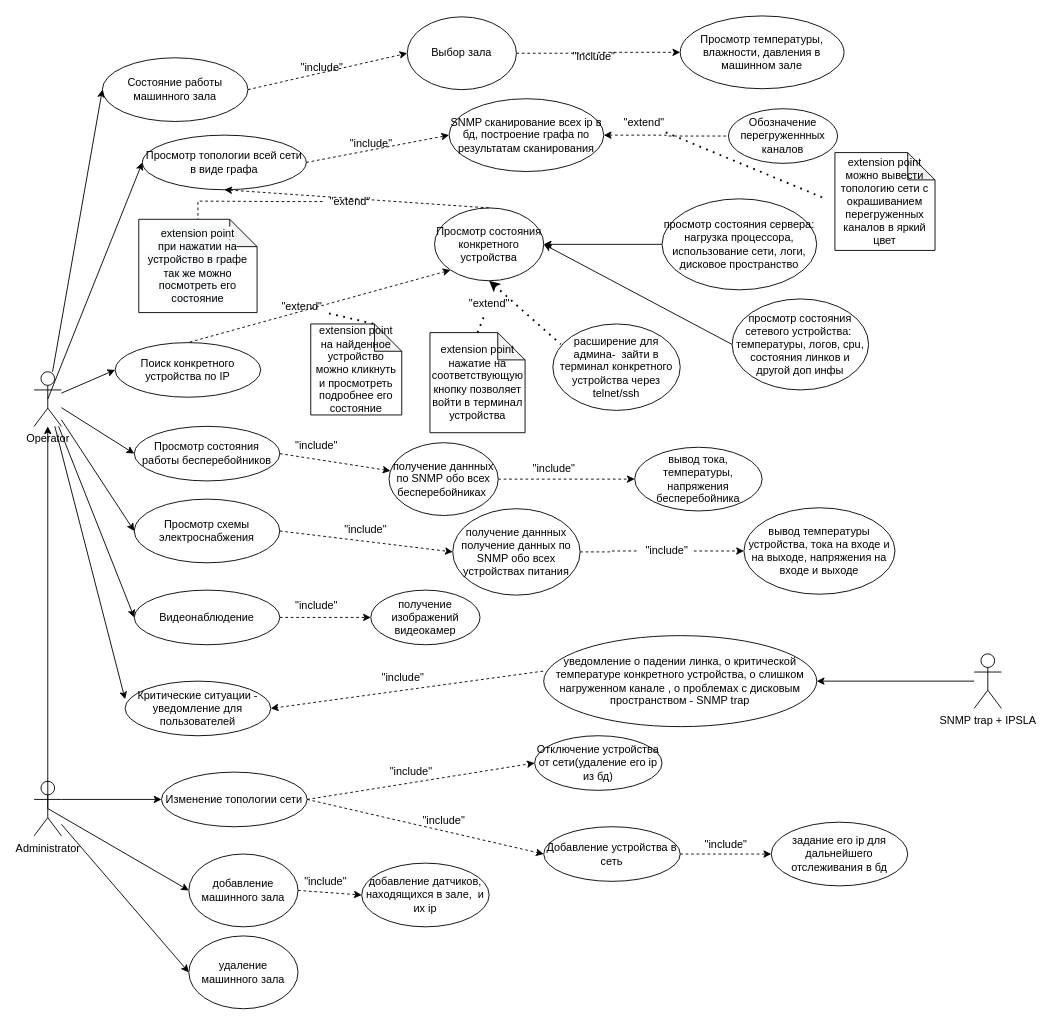
Earlier version of the draw.io diagram Untitled Diagram.drawio (sophiiako/unik). Source tidied: cells renumbered, new cells numbered last; positions are measured from the earlier drawing's top-left corner, leaving out a move shared by most shapes. Both pictures are drawn from the tidied source at 91%, with x=0, y=0 at pixel (34, 15).
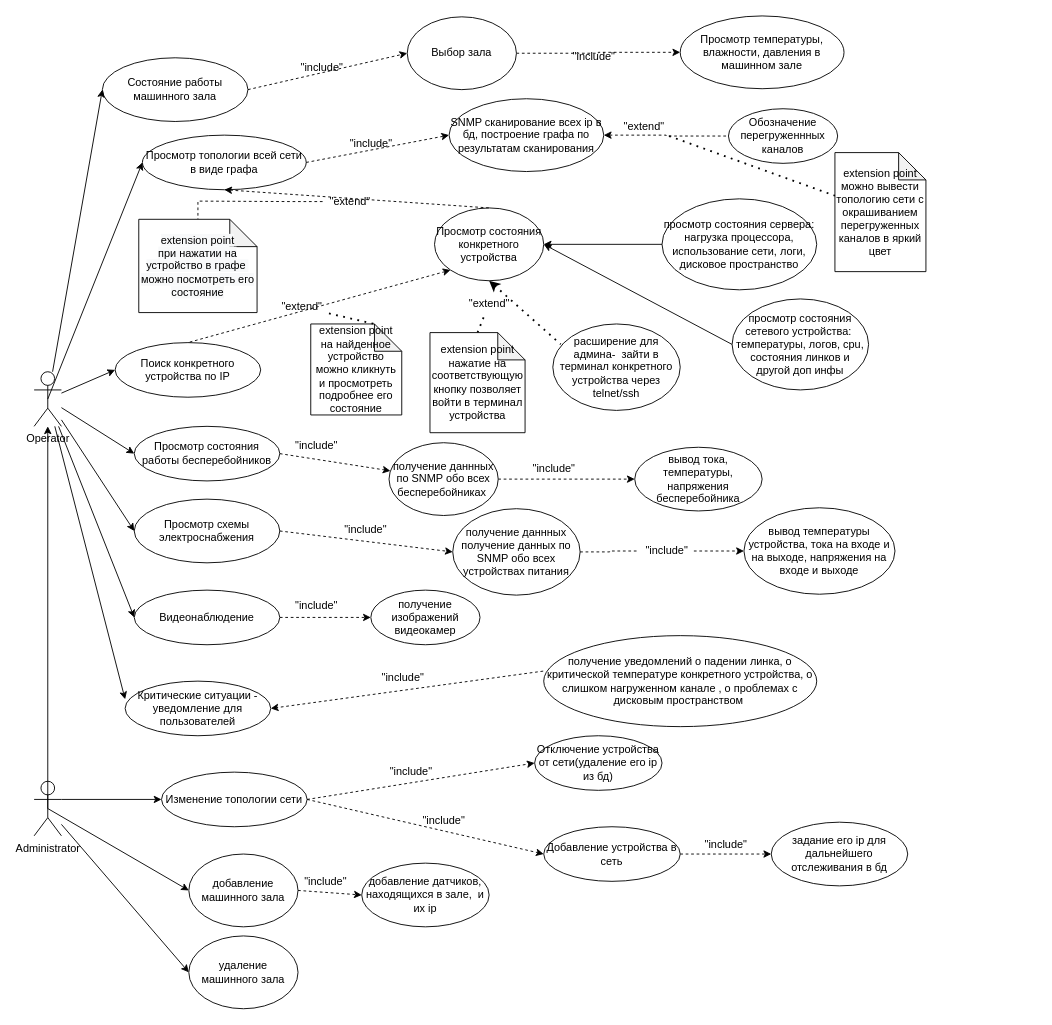
After the change.

What changed in the source:
```diff
@@
-    <mxCell id="38" value="уведомление о падении линка, о критической температуре конкретного устройства, о слишком нагруженном канале , о проблемах с дисковым пространством - SNMP trap" style="ellipse;whiteSpace=wrap;html=1;" parent="1" vertex="1">
+    <mxCell id="38" value="получение уведомлений о падении линка, о критической температуре конкретного устройства, о слишком нагруженном канале , о проблемах с дисковым пространством&amp;nbsp;" style="ellipse;whiteSpace=wrap;html=1;" parent="1" vertex="1">
       <mxGeometry x="560" y="681" width="300" height="100" as="geometry" />
     </mxCell>
@@
-    <mxCell id="75" value="SNMP trap + IPSLA" style="shape=umlActor;verticalLabelPosition=bottom;verticalAlign=top;html=1;outlineConnect=0;" parent="1" vertex="1">
-      <mxGeometry x="1033" y="701" width="30" height="60" as="geometry" />
-    </mxCell>
-    <mxCell id="76" style="endArrow=classic;html=1;rounded=0;entryX=1;entryY=0.5;entryDx=0;entryDy=0;" parent="1" edge="1" source="75" target="38">
-      <mxGeometry relative="1" as="geometry" />
-    </mxCell>
@@
-    <mxCell id="82" value="&lt;span style=&quot;color: rgb(0 , 0 , 0) ; font-family: &amp;#34;helvetica&amp;#34; ; font-size: 12px ; font-style: normal ; font-weight: 400 ; letter-spacing: normal ; text-align: center ; text-indent: 0px ; text-transform: none ; word-spacing: 0px ; background-color: rgb(248 , 249 , 250) ; display: inline ; float: none&quot;&gt;extension point&lt;br&gt;при нажатии на устройство в графе так же можно посмотреть его состояние&lt;/span&gt;" style="shape=note;whiteSpace=wrap;html=1;backgroundOutline=1;darkOpacity=0.05;" parent="1" vertex="1">
+    <mxCell id="82" value="&lt;span style=&quot;color: rgb(0 , 0 , 0) ; font-family: &amp;#34;helvetica&amp;#34; ; font-size: 12px ; font-style: normal ; font-weight: 400 ; letter-spacing: normal ; text-align: center ; text-indent: 0px ; text-transform: none ; word-spacing: 0px ; background-color: rgb(248 , 249 , 250) ; display: inline ; float: none&quot;&gt;extension point&lt;br&gt;при нажатии на устройство в графе&amp;nbsp; можно посмотреть его состояние&lt;/span&gt;" style="shape=note;whiteSpace=wrap;html=1;backgroundOutline=1;darkOpacity=0.05;" parent="1" vertex="1">
       <mxGeometry x="115" y="223.5" width="130" height="102.5" as="geometry" />
     </mxCell>
@@
     <mxCell id="87" value="&quot;extend&quot;" style="text;html=1;align=center;verticalAlign=middle;points=[];strokeColor=none;fillColor=none;" parent="1" vertex="1">
-      <mxGeometry x="640" y="108" width="60" height="20" as="geometry" />
+      <mxGeometry x="640" y="112" width="60" height="20" as="geometry" />
     </mxCell>
     <mxCell id="88" value="extension point&lt;br&gt;можно вывести топологию сети с окрашиванием перегруженных каналов в яркий цвет" style="shape=note;whiteSpace=wrap;html=1;backgroundOutline=1;darkOpacity=0.05;" parent="1" vertex="1">
-      <mxGeometry x="880" y="150.2" width="110" height="107.5" as="geometry" />
+      <mxGeometry x="880" y="150.2" width="100" height="130.8" as="geometry" />
     </mxCell>
-    <mxCell id="89" style="endArrow=none;dashed=1;html=1;dashPattern=1 3;strokeWidth=2;rounded=0;" parent="1" edge="1" source="87">
-      <mxGeometry relative="1" as="geometry">
-        <mxPoint x="870" y="201" as="targetPoint" />
-      </mxGeometry>
+    <mxCell id="89" style="endArrow=none;dashed=1;html=1;dashPattern=1 3;strokeWidth=2;rounded=0;" parent="1" edge="1" source="87" target="88">
+      <mxGeometry relative="1" as="geometry" />
     </mxCell>
```
